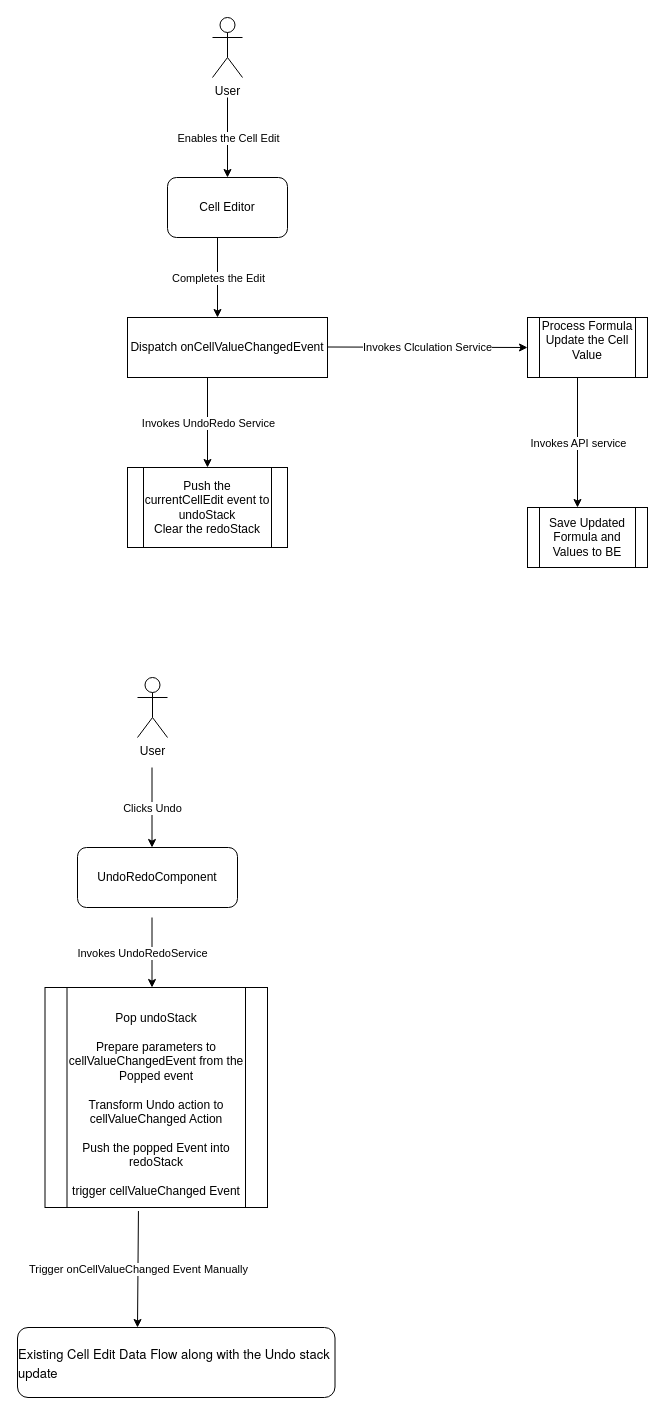
chitraflorid/123-Essential-JavaScript-Interview-Questions keeps this draw.io diagram as Untitled Diagram.drawio. Above is the earlier version. Source tidied: cells renumbered, new cells numbered last; positions are measured from the earlier drawing's top-left corner, leaving out a move shared by most shapes. Both pictures are drawn from the tidied source at 100%, with x=0, y=0 at pixel (17, 17).
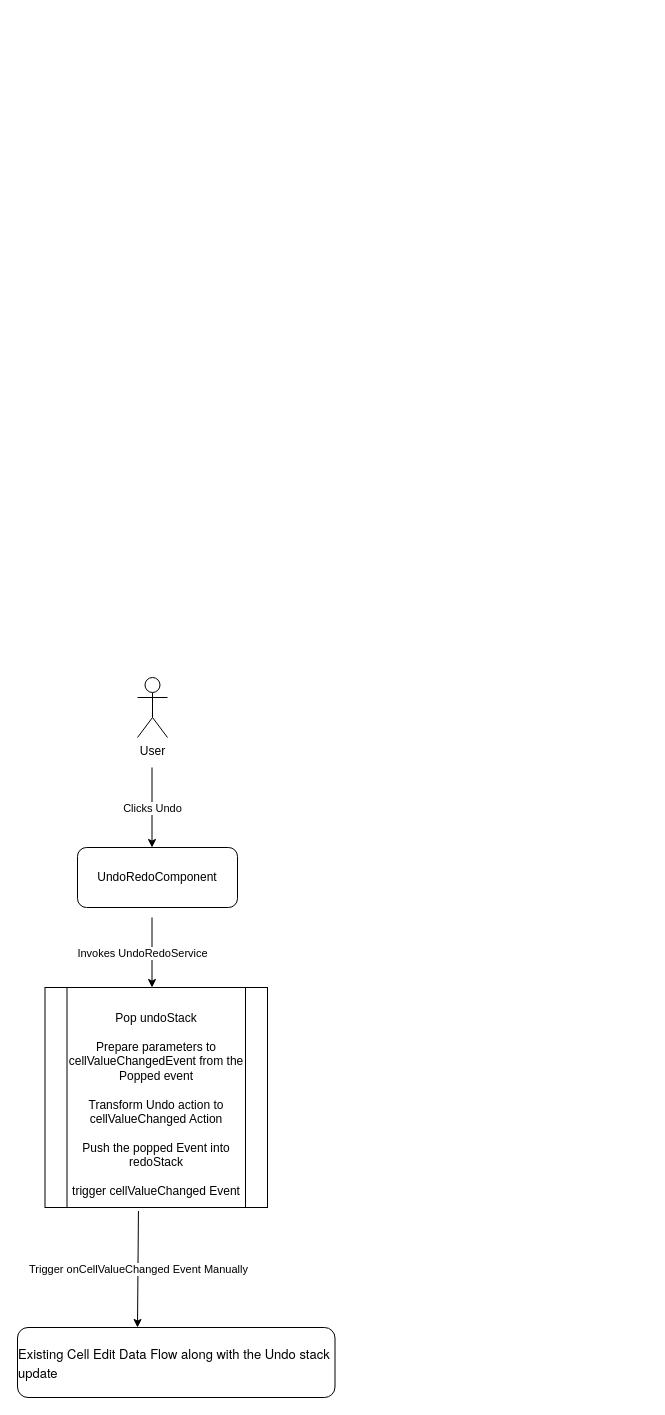
The same page after the edit.

Diff of the diagram source:
```diff
@@
-    <mxCell id="2" style="endArrow=classic;html=1;rounded=0;" parent="1" edge="1">
-      <mxGeometry relative="1" as="geometry">
-        <mxPoint x="210" y="80" as="sourcePoint" />
-        <mxPoint x="210" y="160" as="targetPoint" />
-      </mxGeometry>
-    </mxCell>
-    <mxCell id="3" value="Enables the Cell Edit" style="edgeLabel;html=1;align=center;verticalAlign=middle;" parent="2" vertex="1">
-      <mxGeometry relative="1" as="geometry" />
-    </mxCell>
-    <mxCell id="4" value="Cell Editor" style="rounded=1;whiteSpace=wrap;html=1;" parent="1" vertex="1">
-      <mxGeometry x="150" y="160" width="120" height="60" as="geometry" />
-    </mxCell>
-    <mxCell id="5" style="endArrow=classic;html=1;rounded=0;" parent="1" edge="1">
-      <mxGeometry relative="1" as="geometry">
-        <mxPoint x="200" y="220" as="sourcePoint" />
-        <mxPoint x="200" y="300" as="targetPoint" />
-      </mxGeometry>
-    </mxCell>
-    <mxCell id="6" value="Completes the Edit" style="edgeLabel;html=1;align=center;verticalAlign=middle;" parent="5" vertex="1">
-      <mxGeometry relative="1" as="geometry" />
-    </mxCell>
-    <mxCell id="7" value="Dispatch onCellValueChangedEvent" style="rounded=0;whiteSpace=wrap;html=1;" parent="1" vertex="1">
-      <mxGeometry x="110" y="300" width="200" height="60" as="geometry" />
-    </mxCell>
-    <mxCell id="8" style="endArrow=classic;html=1;rounded=0;" parent="1" edge="1">
-      <mxGeometry relative="1" as="geometry">
-        <mxPoint x="190" y="360" as="sourcePoint" />
-        <mxPoint x="190" y="450" as="targetPoint" />
-      </mxGeometry>
-    </mxCell>
-    <mxCell id="9" value="Invokes UndoRedo Service" style="edgeLabel;html=1;align=center;verticalAlign=middle;" parent="8" vertex="1">
-      <mxGeometry relative="1" as="geometry" />
-    </mxCell>
-    <mxCell id="10" style="endArrow=classic;html=1;rounded=0;" parent="1" edge="1">
-      <mxGeometry relative="1" as="geometry">
-        <mxPoint x="310" y="329.5" as="sourcePoint" />
-        <mxPoint x="510" y="330" as="targetPoint" />
-      </mxGeometry>
-    </mxCell>
-    <mxCell id="11" value="Invokes Clculation Service" style="edgeLabel;html=1;align=center;verticalAlign=middle;" parent="10" vertex="1">
-      <mxGeometry relative="1" as="geometry" />
-    </mxCell>
-    <mxCell id="12" value="Process Formula&lt;div&gt;Update the Cell Value&lt;/div&gt;&lt;div&gt;&lt;br&gt;&lt;/div&gt;" style="shape=process;whiteSpace=wrap;html=1;backgroundOutline=1;" parent="1" vertex="1">
-      <mxGeometry x="510" y="300" width="120" height="60" as="geometry" />
-    </mxCell>
-    <mxCell id="13" value="Push the currentCellEdit event to undoStack&lt;br&gt;Clear the redoStack" style="shape=process;whiteSpace=wrap;html=1;backgroundOutline=1;" parent="1" vertex="1">
-      <mxGeometry x="110" y="450" width="160" height="80" as="geometry" />
-    </mxCell>
-    <mxCell id="14" style="endArrow=classic;html=1;rounded=0;" parent="1" edge="1">
-      <mxGeometry relative="1" as="geometry">
-        <mxPoint x="560" y="360" as="sourcePoint" />
-        <mxPoint x="560" y="490" as="targetPoint" />
-      </mxGeometry>
-    </mxCell>
-    <mxCell id="15" value="Invokes API service" style="edgeLabel;html=1;align=center;verticalAlign=middle;" parent="14" vertex="1">
-      <mxGeometry relative="1" as="geometry" />
-    </mxCell>
-    <mxCell id="16" value="Save Updated Formula and Values to BE" style="shape=process;whiteSpace=wrap;html=1;backgroundOutline=1;" parent="1" vertex="1">
-      <mxGeometry x="510" y="490" width="120" height="60" as="geometry" />
-    </mxCell>
-    <mxCell id="17" value="User" style="shape=umlActor;verticalLabelPosition=bottom;verticalAlign=top;html=1;" parent="1" vertex="1">
-      <mxGeometry x="195" width="30" height="60" as="geometry" />
-    </mxCell>
```
